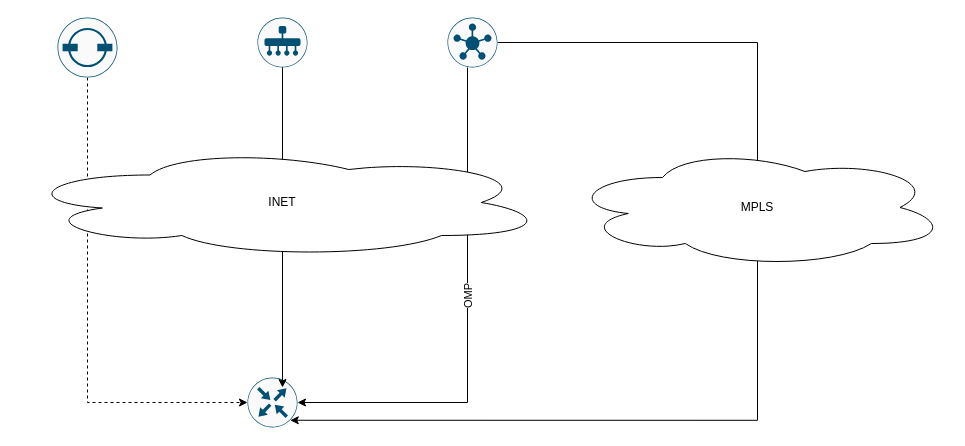
Above: Untitled Diagram.drawio in dragonka79/root (draw.io), before the change. Source tidied: cells renumbered, new cells numbered last; positions are measured from the earlier drawing's top-left corner, leaving out a move shared by most shapes. Both pictures are drawn from the tidied source at 100%, with x=0, y=0 at pixel (17, 17).
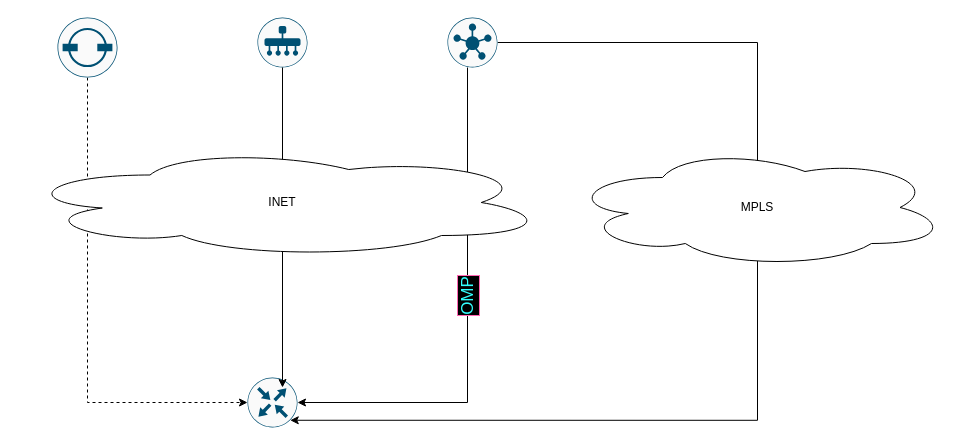
Above is the later version.

Diff of the diagram source:
```diff
@@
 <mxGraphModel>
   <root>
     <mxCell id="0" />
     <mxCell id="1" parent="0" />
     <mxCell id="2" style="edgeStyle=orthogonalEdgeStyle;rounded=0;jettySize=auto;html=1;dashed=1;" parent="1" edge="1" source="3" target="7">
       <mxGeometry relative="1" as="geometry">
         <Array as="points">
           <mxPoint x="70" y="385" />
         </Array>
       </mxGeometry>
     </mxCell>
     <mxCell id="3" style="sketch=0;points=[[0.5,0,0],[1,0.5,0],[0.5,1,0],[0,0.5,0],[0.145,0.145,0],[0.8555,0.145,0],[0.855,0.8555,0],[0.145,0.855,0]];verticalLabelPosition=bottom;html=1;verticalAlign=top;align=center;shape=mxgraph.cisco19.rect;prIcon=vbond;fillColor=#FAFAFA;strokeColor=#005073;rotation=0;" parent="1" vertex="1">
       <mxGeometry x="40" width="60" height="60" as="geometry" />
     </mxCell>
     <mxCell id="4" style="sketch=0;points=[[0.5,0,0],[1,0.5,0],[0.5,1,0],[0,0.5,0],[0.145,0.145,0],[0.8555,0.145,0],[0.855,0.8555,0],[0.145,0.855,0]];verticalLabelPosition=bottom;html=1;verticalAlign=top;align=center;shape=mxgraph.cisco19.rect;prIcon=vmanage;fillColor=#FAFAFA;strokeColor=#005073;" parent="1" vertex="1">
       <mxGeometry x="240" width="50" height="50" as="geometry" />
     </mxCell>
     <mxCell id="5" style="edgeStyle=orthogonalEdgeStyle;rounded=0;jettySize=auto;html=1;entryX=0.855;entryY=0.8555;entryDx=0;entryDy=0;entryPerimeter=0;" parent="1" edge="1" source="6" target="7">
       <mxGeometry relative="1" as="geometry">
         <Array as="points">
           <mxPoint x="740" y="25" />
           <mxPoint x="740" y="403" />
         </Array>
       </mxGeometry>
     </mxCell>
     <mxCell id="6" style="sketch=0;points=[[0.5,0,0],[1,0.5,0],[0.5,1,0],[0,0.5,0],[0.145,0.145,0],[0.8555,0.145,0],[0.855,0.8555,0],[0.145,0.855,0]];verticalLabelPosition=bottom;html=1;verticalAlign=top;align=center;shape=mxgraph.cisco19.rect;prIcon=vsmart;fillColor=#FAFAFA;strokeColor=#005073;" parent="1" vertex="1">
       <mxGeometry x="430" width="50" height="50" as="geometry" />
     </mxCell>
     <mxCell id="7" style="sketch=0;points=[[0.5,0,0],[1,0.5,0],[0.5,1,0],[0,0.5,0],[0.145,0.145,0],[0.8555,0.145,0],[0.855,0.8555,0],[0.145,0.855,0]];verticalLabelPosition=bottom;html=1;verticalAlign=top;align=center;shape=mxgraph.cisco19.rect;prIcon=router;fillColor=#FAFAFA;strokeColor=#005073;" parent="1" vertex="1">
       <mxGeometry x="230" y="360" width="50" height="50" as="geometry" />
     </mxCell>
     <mxCell id="8" style="edgeStyle=orthogonalEdgeStyle;rounded=0;jettySize=auto;html=1;entryX=0.7;entryY=0.2;entryDx=0;entryDy=0;entryPerimeter=0;" parent="1" edge="1" source="4" target="7">
       <mxGeometry relative="1" as="geometry" />
     </mxCell>
     <mxCell id="9" style="edgeStyle=orthogonalEdgeStyle;rounded=0;jettySize=auto;html=1;entryX=1;entryY=0.5;entryDx=0;entryDy=0;entryPerimeter=0;" parent="1" edge="1" source="6" target="7">
       <mxGeometry relative="1" as="geometry">
         <Array as="points">
           <mxPoint x="450" y="385" />
         </Array>
       </mxGeometry>
     </mxCell>
-    <mxCell id="10" value="OMP" style="edgeLabel;html=1;align=center;verticalAlign=middle;imageWidth=24;imageHeight=24;rotation=270;arcSize=16;" parent="9" vertex="1">
+    <mxCell id="10" value="OMP" style="edgeLabel;html=1;align=center;verticalAlign=middle;imageWidth=24;imageHeight=24;rotation=270;arcSize=12;imageAspect=0;fontSize=17;labelBorderColor=#FF66B3;fontColor=#33FFFF;labelBackgroundColor=#000000;" parent="9" vertex="1">
       <mxGeometry x="-0.12" y="1" relative="1" as="geometry">
         <mxPoint x="-1" y="8" as="offset" />
       </mxGeometry>
     </mxCell>
     <mxCell id="11" value="INET" style="ellipse;shape=cloud;whiteSpace=wrap;html=1;" parent="1" vertex="1">
       <mxGeometry y="130" width="530" height="110" as="geometry" />
     </mxCell>
     <mxCell id="12" value="MPLS" style="ellipse;shape=cloud;whiteSpace=wrap;html=1;" parent="1" vertex="1">
       <mxGeometry x="550" y="130" width="380" height="120" as="geometry" />
     </mxCell>
   </root>
 </mxGraphModel>
```
